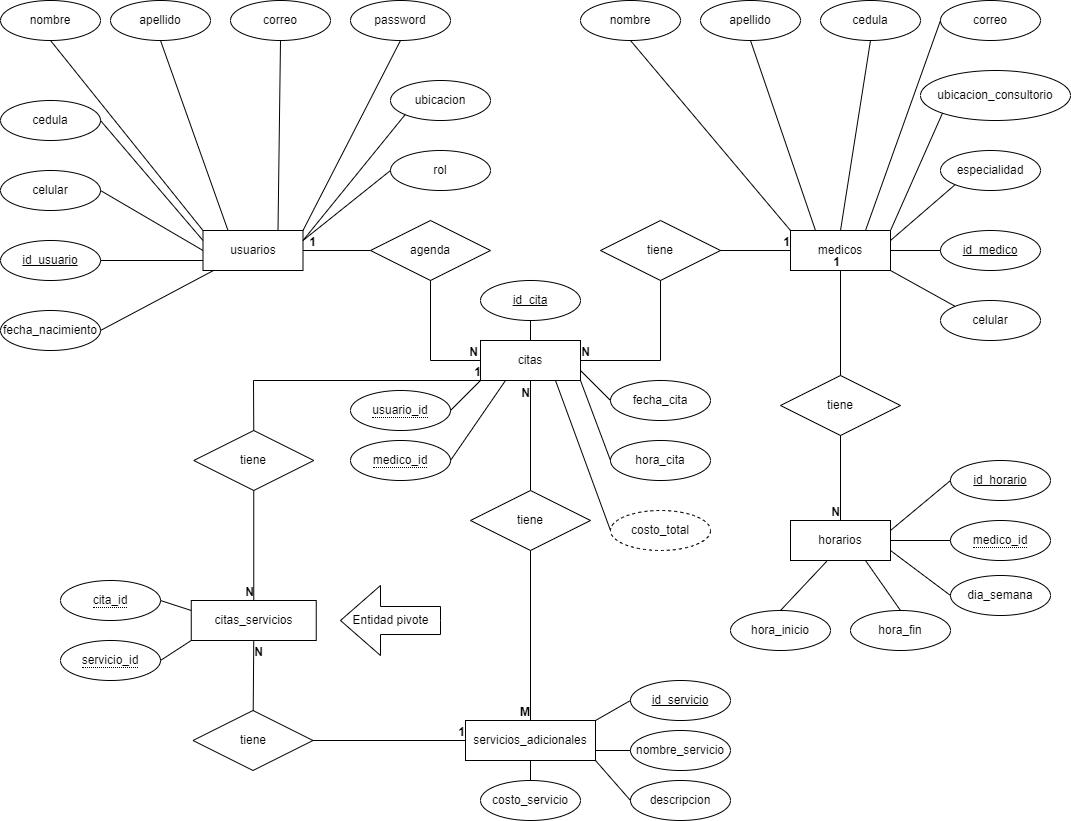
victor-arb/proyecto-final keeps this draw.io diagram as db/diagramaER.drawio.png. Above is the earlier version. Source tidied: cells renumbered, new cells last; positions are measured from the earlier drawing's top-left corner, leaving out a move shared by most shapes.
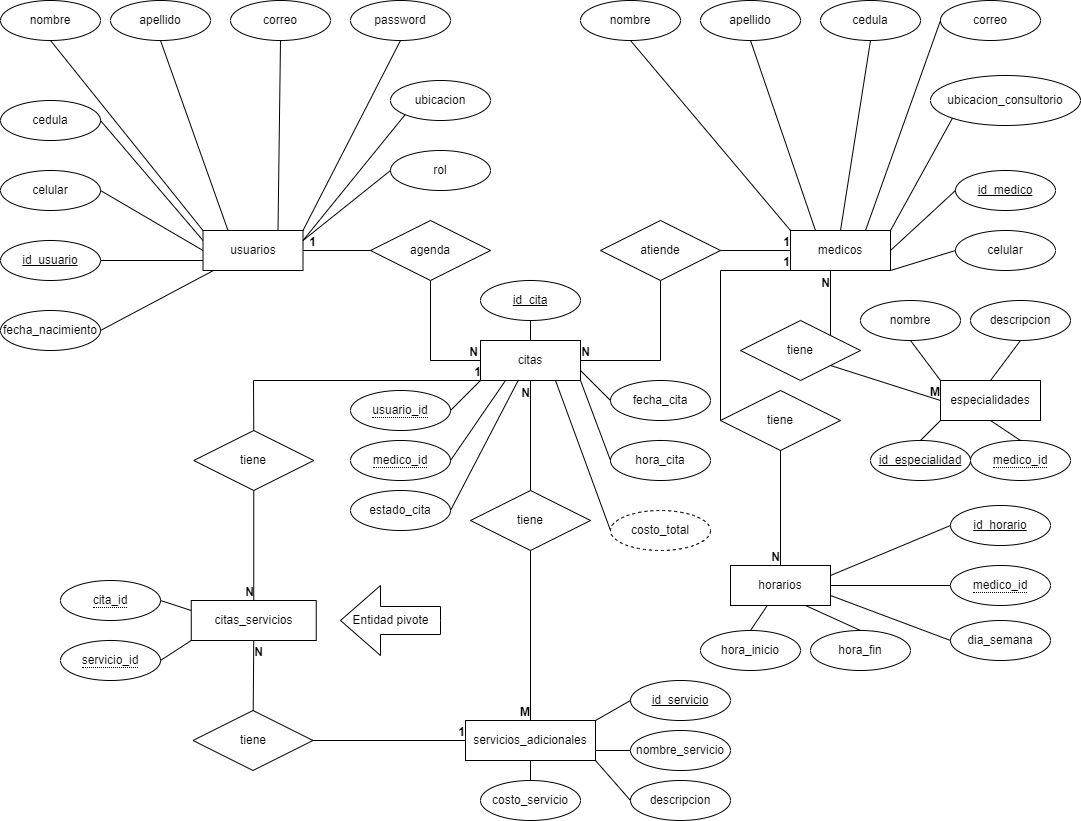
The same diagram one commit later.

Commit message:
Se actualiza el diagrama entidad relacion para la base de datos

Diff of the diagram source:
```diff
@@ -20,7 +20,7 @@
     <mxCell id="7" value="agenda" style="shape=rhombus;perimeter=rhombusPerimeter;whiteSpace=wrap;html=1;align=center;rounded=0;" parent="1" vertex="1">
       <mxGeometry x="370" y="220" width="120" height="60" as="geometry" />
     </mxCell>
-    <mxCell id="8" value="tiene" style="shape=rhombus;perimeter=rhombusPerimeter;whiteSpace=wrap;html=1;align=center;rounded=0;" parent="1" vertex="1">
+    <mxCell id="8" value="atiende" style="shape=rhombus;perimeter=rhombusPerimeter;whiteSpace=wrap;html=1;align=center;rounded=0;" parent="1" vertex="1">
       <mxGeometry x="600" y="220" width="120" height="60" as="geometry" />
     </mxCell>
     <mxCell id="9" style="endArrow=none;html=1;rounded=0;entryX=1;entryY=0.5;entryDx=0;entryDy=0;" parent="1" edge="1" source="7" target="2">
@@ -145,7 +145,7 @@
       <mxGeometry relative="1" as="geometry" />
     </mxCell>
     <mxCell id="42" value="id_medico" style="ellipse;whiteSpace=wrap;html=1;align=center;fontStyle=4;rounded=0;" parent="1" vertex="1">
-      <mxGeometry x="940" y="230" width="100" height="40" as="geometry" />
+      <mxGeometry x="955" y="170" width="100" height="40" as="geometry" />
     </mxCell>
     <mxCell id="43" value="nombre" style="ellipse;whiteSpace=wrap;html=1;align=center;rounded=0;" parent="1" vertex="1">
       <mxGeometry x="580" width="100" height="40" as="geometry" />
@@ -192,26 +192,17 @@
       </mxGeometry>
     </mxCell>
     <mxCell id="57" value="ubicacion_consultorio" style="ellipse;whiteSpace=wrap;html=1;align=center;rounded=0;" parent="1" vertex="1">
-      <mxGeometry x="920" y="70" width="150" height="50" as="geometry" />
+      <mxGeometry x="930" y="75" width="150" height="50" as="geometry" />
     </mxCell>
-    <mxCell id="58" value="especialidad" style="ellipse;whiteSpace=wrap;html=1;align=center;rounded=0;" parent="1" vertex="1">
-      <mxGeometry x="940" y="150" width="100" height="40" as="geometry" />
-    </mxCell>
     <mxCell id="59" value="celular" style="ellipse;whiteSpace=wrap;html=1;align=center;rounded=0;" parent="1" vertex="1">
-      <mxGeometry x="940" y="300" width="100" height="40" as="geometry" />
+      <mxGeometry x="955" y="230" width="100" height="40" as="geometry" />
     </mxCell>
     <mxCell id="60" value="horarios" style="whiteSpace=wrap;html=1;align=center;rounded=0;" parent="1" vertex="1">
-      <mxGeometry x="790" y="520" width="100" height="40" as="geometry" />
+      <mxGeometry x="730" y="565" width="100" height="40" as="geometry" />
     </mxCell>
     <mxCell id="61" value="tiene" style="shape=rhombus;perimeter=rhombusPerimeter;whiteSpace=wrap;html=1;align=center;rounded=0;" parent="1" vertex="1">
-      <mxGeometry x="780" y="375" width="120" height="60" as="geometry" />
+      <mxGeometry x="720" y="390" width="120" height="60" as="geometry" />
     </mxCell>
-    <mxCell id="62" style="endArrow=none;html=1;rounded=0;entryX=0.5;entryY=1;entryDx=0;entryDy=0;" parent="1" edge="1" source="61" target="3">
-      <mxGeometry relative="1" as="geometry" />
-    </mxCell>
-    <mxCell id="63" value="&lt;b&gt;1&lt;/b&gt;" style="html=1;align=right;verticalAlign=bottom;rounded=0;" parent="62" vertex="1">
-      <mxGeometry x="1" relative="1" as="geometry" />
-    </mxCell>
     <mxCell id="64" style="endArrow=none;html=1;rounded=0;exitX=0.5;exitY=1;exitDx=0;exitDy=0;entryX=0.5;entryY=0;entryDx=0;entryDy=0;" parent="1" edge="1" source="61" target="60">
       <mxGeometry relative="1" as="geometry" />
     </mxCell>
@@ -233,13 +224,10 @@
     <mxCell id="70" style="endArrow=none;html=1;rounded=0;entryX=0;entryY=1;entryDx=0;entryDy=0;exitX=1;exitY=0;exitDx=0;exitDy=0;" parent="1" edge="1" source="3" target="57">
       <mxGeometry relative="1" as="geometry" />
     </mxCell>
-    <mxCell id="71" style="endArrow=none;html=1;rounded=0;entryX=0;entryY=1;entryDx=0;entryDy=0;exitX=1;exitY=0.25;exitDx=0;exitDy=0;" parent="1" edge="1" source="3" target="58">
-      <mxGeometry relative="1" as="geometry" />
-    </mxCell>
     <mxCell id="72" style="endArrow=none;html=1;rounded=0;entryX=0;entryY=0.5;entryDx=0;entryDy=0;exitX=1;exitY=0.5;exitDx=0;exitDy=0;" parent="1" edge="1" source="3" target="42">
       <mxGeometry relative="1" as="geometry" />
     </mxCell>
-    <mxCell id="73" style="endArrow=none;html=1;rounded=0;entryX=0;entryY=0;entryDx=0;entryDy=0;exitX=1;exitY=1;exitDx=0;exitDy=0;" parent="1" edge="1" source="3" target="59">
+    <mxCell id="73" style="endArrow=none;html=1;rounded=0;entryX=0;entryY=0.5;entryDx=0;entryDy=0;exitX=1;exitY=1;exitDx=0;exitDy=0;" parent="1" edge="1" source="3" target="59">
       <mxGeometry relative="1" as="geometry" />
     </mxCell>
     <mxCell id="74" value="&lt;span style=&quot;border-bottom: 1px dotted&quot;&gt;cita_id&lt;/span&gt;" style="ellipse;whiteSpace=wrap;html=1;align=center;rounded=0;" parent="1" vertex="1">
@@ -318,19 +306,19 @@
       <mxGeometry x="340" y="585" width="100" height="70" as="geometry" />
     </mxCell>
     <mxCell id="99" value="id_horario" style="ellipse;whiteSpace=wrap;html=1;align=center;fontStyle=4;rounded=0;" parent="1" vertex="1">
-      <mxGeometry x="950" y="460" width="100" height="40" as="geometry" />
+      <mxGeometry x="950" y="505" width="100" height="40" as="geometry" />
     </mxCell>
     <mxCell id="100" value="dia_semana&lt;span style=&quot;color: rgba(0, 0, 0, 0); font-family: monospace; font-size: 0px; text-align: start;&quot;&gt;%3CmxGraphModel%3E%3Croot%3E%3CmxCell%20id%3D%220%22%2F%3E%3CmxCell%20id%3D%221%22%20parent%3D%220%22%2F%3E%3CmxCell%20id%3D%222%22%20value%3D%22celular%22%20style%3D%22ellipse%3BwhiteSpace%3Dwrap%3Bhtml%3D1%3Balign%3Dcenter%3Brounded%3D0%3B%22%20vertex%3D%221%22%20parent%3D%221%22%3E%3CmxGeometry%20x%3D%22960%22%20y%3D%22320%22%20width%3D%22100%22%20height%3D%2240%22%20as%3D%22geometry%22%2F%3E%3C%2FmxCell%3E%3C%2Froot%3E%3C%2FmxGraphModel%3E&lt;/span&gt;" style="ellipse;whiteSpace=wrap;html=1;align=center;rounded=0;" parent="1" vertex="1">
-      <mxGeometry x="950" y="575" width="100" height="40" as="geometry" />
+      <mxGeometry x="950" y="620" width="100" height="40" as="geometry" />
     </mxCell>
     <mxCell id="101" value="hora_inicio" style="ellipse;whiteSpace=wrap;html=1;align=center;rounded=0;" parent="1" vertex="1">
-      <mxGeometry x="730" y="610" width="100" height="40" as="geometry" />
+      <mxGeometry x="700" y="630" width="100" height="40" as="geometry" />
     </mxCell>
     <mxCell id="102" value="hora_fin" style="ellipse;whiteSpace=wrap;html=1;align=center;rounded=0;" parent="1" vertex="1">
-      <mxGeometry x="850" y="610" width="100" height="40" as="geometry" />
+      <mxGeometry x="810" y="630" width="100" height="40" as="geometry" />
     </mxCell>
     <mxCell id="103" value="&lt;span style=&quot;border-bottom: 1px dotted&quot;&gt;medico_id&lt;br&gt;&lt;/span&gt;" style="ellipse;whiteSpace=wrap;html=1;align=center;rounded=0;" parent="1" vertex="1">
-      <mxGeometry x="950" y="520" width="100" height="40" as="geometry" />
+      <mxGeometry x="950" y="565" width="100" height="40" as="geometry" />
     </mxCell>
     <mxCell id="104" style="endArrow=none;html=1;rounded=0;entryX=0.75;entryY=1;entryDx=0;entryDy=0;exitX=0.5;exitY=0;exitDx=0;exitDy=0;" parent="1" edge="1" source="102" target="60">
       <mxGeometry relative="1" as="geometry" />
@@ -347,5 +335,67 @@
     <mxCell id="108" style="endArrow=none;html=1;rounded=0;entryX=1;entryY=0.75;entryDx=0;entryDy=0;exitX=0;exitY=0.5;exitDx=0;exitDy=0;" parent="1" edge="1" source="100" target="60">
       <mxGeometry relative="1" as="geometry" />
     </mxCell>
+    <mxCell id="109" value="estado_cita" style="ellipse;whiteSpace=wrap;html=1;align=center;rounded=0;" parent="1" vertex="1">
+      <mxGeometry x="350" y="490" width="100" height="40" as="geometry" />
+    </mxCell>
+    <mxCell id="110" style="endArrow=none;html=1;rounded=0;entryX=0.375;entryY=1.008;entryDx=0;entryDy=0;exitX=1;exitY=0.5;exitDx=0;exitDy=0;entryPerimeter=0;" parent="1" edge="1" source="109" target="4">
+      <mxGeometry relative="1" as="geometry" />
+    </mxCell>
+    <mxCell id="111" value="especialidades" style="whiteSpace=wrap;html=1;align=center;rounded=0;" parent="1" vertex="1">
+      <mxGeometry x="940" y="380" width="100" height="40" as="geometry" />
+    </mxCell>
+    <mxCell id="112" style="endArrow=none;html=1;rounded=0;exitX=1;exitY=1;exitDx=0;exitDy=0;entryX=0;entryY=0.5;entryDx=0;entryDy=0;" parent="1" edge="1" source="122" target="111">
+      <mxGeometry relative="1" as="geometry" />
+    </mxCell>
+    <mxCell id="113" value="&lt;b&gt;M&lt;/b&gt;" style="html=1;align=right;verticalAlign=bottom;rounded=0;" parent="112" vertex="1">
+      <mxGeometry x="1" relative="1" as="geometry" />
+    </mxCell>
+    <mxCell id="114" value="id_especialidad" style="ellipse;whiteSpace=wrap;html=1;align=center;fontStyle=4;rounded=0;" parent="1" vertex="1">
+      <mxGeometry x="870" y="440" width="100" height="40" as="geometry" />
+    </mxCell>
+    <mxCell id="115" value="nombre" style="ellipse;whiteSpace=wrap;html=1;align=center;rounded=0;" parent="1" vertex="1">
+      <mxGeometry x="860" y="300" width="100" height="40" as="geometry" />
+    </mxCell>
+    <mxCell id="116" value="descripcion" style="ellipse;whiteSpace=wrap;html=1;align=center;rounded=0;" parent="1" vertex="1">
+      <mxGeometry x="970" y="300" width="100" height="40" as="geometry" />
+    </mxCell>
+    <mxCell id="117" style="endArrow=none;html=1;rounded=0;entryX=0;entryY=0;entryDx=0;entryDy=0;exitX=0.5;exitY=1;exitDx=0;exitDy=0;" parent="1" edge="1" source="115" target="111">
+      <mxGeometry relative="1" as="geometry" />
+    </mxCell>
+    <mxCell id="118" style="endArrow=none;html=1;rounded=0;entryX=0.5;entryY=0;entryDx=0;entryDy=0;exitX=0.5;exitY=1;exitDx=0;exitDy=0;" parent="1" edge="1" source="116" target="111">
+      <mxGeometry relative="1" as="geometry" />
+    </mxCell>
+    <mxCell id="119" style="endArrow=none;html=1;rounded=0;entryX=0.5;entryY=0;entryDx=0;entryDy=0;exitX=0;exitY=1;exitDx=0;exitDy=0;" parent="1" edge="1" source="111" target="114">
+      <mxGeometry relative="1" as="geometry" />
+    </mxCell>
+    <mxCell id="120" value="&lt;span style=&quot;border-bottom: 1px dotted&quot;&gt;medico_id&lt;br&gt;&lt;/span&gt;" style="ellipse;whiteSpace=wrap;html=1;align=center;rounded=0;" parent="1" vertex="1">
+      <mxGeometry x="970" y="440" width="100" height="40" as="geometry" />
+    </mxCell>
+    <mxCell id="121" style="endArrow=none;html=1;rounded=0;entryX=0.5;entryY=0;entryDx=0;entryDy=0;exitX=0.5;exitY=1;exitDx=0;exitDy=0;" parent="1" edge="1" source="111" target="120">
+      <mxGeometry relative="1" as="geometry" />
+    </mxCell>
+    <mxCell id="62" style="endArrow=none;html=1;rounded=0;entryX=0;entryY=1;entryDx=0;entryDy=0;exitX=0;exitY=0.5;exitDx=0;exitDy=0;" parent="1" edge="1" source="61" target="3">
+      <mxGeometry relative="1" as="geometry">
+        <Array as="points">
+          <mxPoint x="720" y="270" />
+        </Array>
+      </mxGeometry>
+    </mxCell>
+    <mxCell id="63" value="&lt;b&gt;1&lt;/b&gt;" style="html=1;align=right;verticalAlign=bottom;rounded=0;" parent="62" vertex="1">
+      <mxGeometry x="1" relative="1" as="geometry" />
+    </mxCell>
+    <mxCell id="122" value="tiene" style="shape=rhombus;perimeter=rhombusPerimeter;whiteSpace=wrap;html=1;align=center;rounded=0;" parent="1" vertex="1">
+      <mxGeometry x="740" y="320" width="120" height="60" as="geometry" />
+    </mxCell>
+    <mxCell id="123" style="endArrow=none;html=1;rounded=0;entryX=0.5;entryY=1;entryDx=0;entryDy=0;exitX=1;exitY=0;exitDx=0;exitDy=0;" parent="1" edge="1" source="122">
+      <mxGeometry relative="1" as="geometry">
+        <mxPoint x="830" y="270" as="targetPoint" />
+      </mxGeometry>
+    </mxCell>
+    <mxCell id="124" value="&lt;b&gt;N&lt;/b&gt;" style="html=1;align=right;verticalAlign=bottom;rounded=0;" parent="123" vertex="1">
+      <mxGeometry x="1" relative="1" as="geometry">
+        <mxPoint y="21" as="offset" />
+      </mxGeometry>
+    </mxCell>
   </root>
 </mxGraphModel>
```
